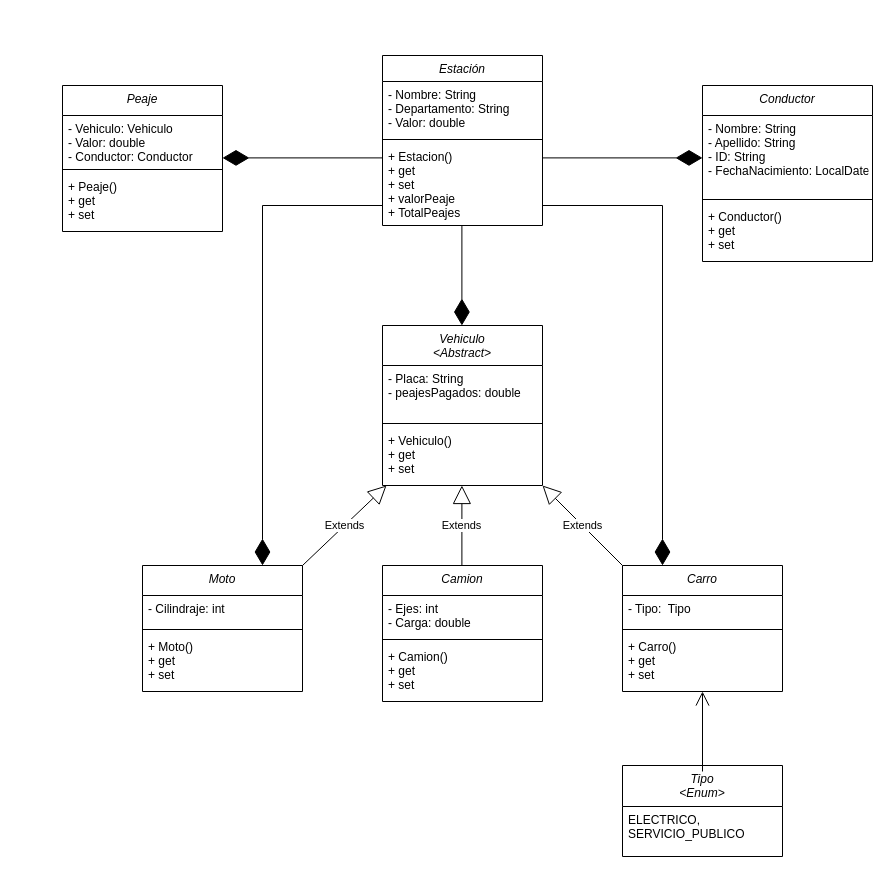
This is Preparcial III/Model/Diagrama de Clases.drawio from marklon07/Programaci-n_I, a draw.io file, before an edit. Source tidied: cells renumbered, new cells numbered last; positions are measured from the earlier drawing's top-left corner, leaving out a move shared by most shapes. Both pictures are drawn from the tidied source at 100%, with x=0, y=0 at pixel (62, 55).
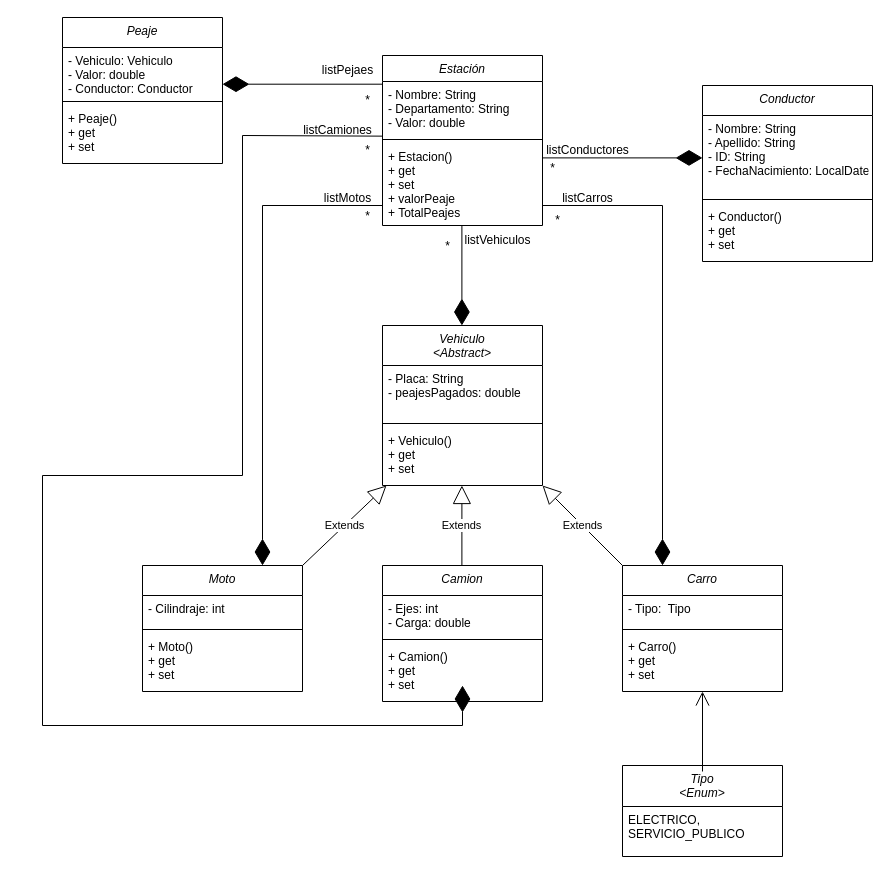
Above is the later version.

The change refers to these unchanged cells:
```xml
<mxCell id="3" value="- Nombre: String&#10;- Departamento: String &#10;- Valor: double " style="text;align=left;verticalAlign=top;spacingLeft=4;spacingRight=4;overflow=hidden;points=[[0,0.5],[1,0.5]];portConstraint=eastwest;" parent="2" vertex="1">
  <mxGeometry y="26" width="160" height="54" as="geometry" />
</mxCell>
```

The edit, as a diff of the source:
```diff
@@
     <mxCell id="22" value="Peaje" style="swimlane;fontStyle=2;align=center;verticalAlign=top;horizontal=1;startSize=30;rounded=0;shadow=0;strokeWidth=1;" parent="1" vertex="1">
-      <mxGeometry y="30" width="160" height="146" as="geometry" />
+      <mxGeometry y="-38" width="160" height="146" as="geometry" />
     </mxCell>
@@
     <mxCell id="34" style="endArrow=diamondThin;endFill=1;endSize=24;html=1;rounded=0;" parent="1" edge="1">
       <mxGeometry relative="1" as="geometry">
-        <mxPoint x="320" y="102.4" as="sourcePoint" />
-        <mxPoint x="160" y="102.4" as="targetPoint" />
+        <mxPoint x="320" y="28.7" as="sourcePoint" />
+        <mxPoint x="160" y="28.7" as="targetPoint" />
       </mxGeometry>
     </mxCell>
@@
+    <mxCell id="41" value="listPejaes" style="text;html=1;align=center;verticalAlign=middle;strokeColor=none;fillColor=none;" parent="1" vertex="1">
+      <mxGeometry x="250" width="70" height="30" as="geometry" />
+    </mxCell>
+    <mxCell id="42" value="listConductores" style="text;html=1;align=center;verticalAlign=middle;strokeColor=none;fillColor=none;" parent="1" vertex="1">
+      <mxGeometry x="470" y="80" width="110" height="30" as="geometry" />
+    </mxCell>
+    <mxCell id="43" value="listVehiculos" style="text;html=1;align=center;verticalAlign=middle;strokeColor=none;fillColor=none;" parent="1" vertex="1">
+      <mxGeometry x="390" y="170" width="90" height="30" as="geometry" />
+    </mxCell>
+    <mxCell id="44" value="listMotos" style="text;html=1;align=center;verticalAlign=middle;strokeColor=none;fillColor=none;" parent="1" vertex="1">
+      <mxGeometry x="250" y="128" width="70" height="30" as="geometry" />
+    </mxCell>
+    <mxCell id="45" value="listCarros" style="text;html=1;align=center;verticalAlign=middle;strokeColor=none;fillColor=none;" parent="1" vertex="1">
+      <mxGeometry x="490" y="128" width="70" height="30" as="geometry" />
+    </mxCell>
+    <mxCell id="46" style="endArrow=diamondThin;endFill=1;endSize=24;html=1;rounded=0;exitX=0.001;exitY=1.012;exitDx=0;exitDy=0;exitPerimeter=0;" parent="1" edge="1" source="3">
+      <mxGeometry relative="1" as="geometry">
+        <mxPoint x="400" y="630" as="targetPoint" />
+        <Array as="points">
+          <mxPoint x="180" y="80" />
+          <mxPoint x="180" y="420" />
+          <mxPoint x="-20" y="420" />
+          <mxPoint x="-20" y="670" />
+          <mxPoint x="400" y="670" />
+        </Array>
+      </mxGeometry>
+    </mxCell>
+    <mxCell id="47" value="listCamiones" style="text;html=1;align=center;verticalAlign=middle;strokeColor=none;fillColor=none;" parent="1" vertex="1">
+      <mxGeometry x="230" y="60" width="90" height="30" as="geometry" />
+    </mxCell>
+    <mxCell id="48" value="*" style="text;html=1;align=center;verticalAlign=middle;strokeColor=none;fillColor=none;" parent="1" vertex="1">
+      <mxGeometry x="475" y="98" width="30" height="30" as="geometry" />
+    </mxCell>
+    <mxCell id="49" value="*" style="text;html=1;align=center;verticalAlign=middle;strokeColor=none;fillColor=none;" parent="1" vertex="1">
+      <mxGeometry x="290" y="80" width="30" height="30" as="geometry" />
+    </mxCell>
+    <mxCell id="50" value="*" style="text;html=1;align=center;verticalAlign=middle;strokeColor=none;fillColor=none;" parent="1" vertex="1">
+      <mxGeometry x="290" y="30" width="30" height="30" as="geometry" />
+    </mxCell>
+    <mxCell id="51" value="*" style="text;html=1;align=center;verticalAlign=middle;strokeColor=none;fillColor=none;" parent="1" vertex="1">
+      <mxGeometry x="290" y="146" width="30" height="30" as="geometry" />
+    </mxCell>
+    <mxCell id="52" value="*" style="text;html=1;align=center;verticalAlign=middle;strokeColor=none;fillColor=none;" parent="1" vertex="1">
+      <mxGeometry x="370" y="176" width="30" height="30" as="geometry" />
+    </mxCell>
+    <mxCell id="53" value="*" style="text;html=1;align=center;verticalAlign=middle;strokeColor=none;fillColor=none;" parent="1" vertex="1">
+      <mxGeometry x="480" y="150" width="30" height="30" as="geometry" />
+    </mxCell>
```
